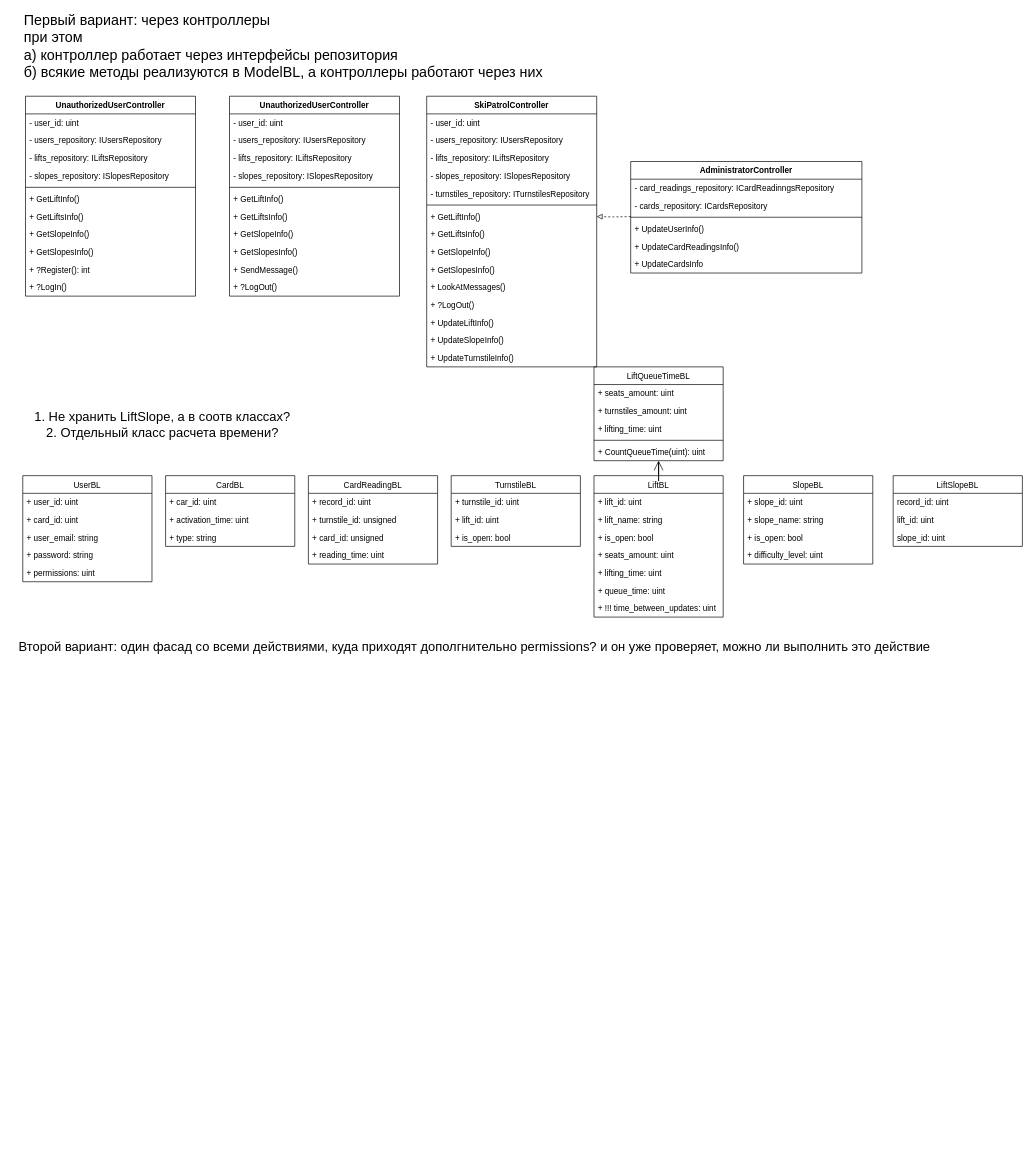
This is docs/imgs/uml/buisiness_logic1.drawio from alena-zayts/BMSTU_6sem_software_design, a draw.io file, before an edit. Source tidied: cells renumbered, new cells numbered last; positions are measured from the earlier drawing's top-left corner, leaving out a move shared by most shapes. Both pictures are drawn from the tidied source at 68%, with x=0, y=0 at pixel (12, 12).
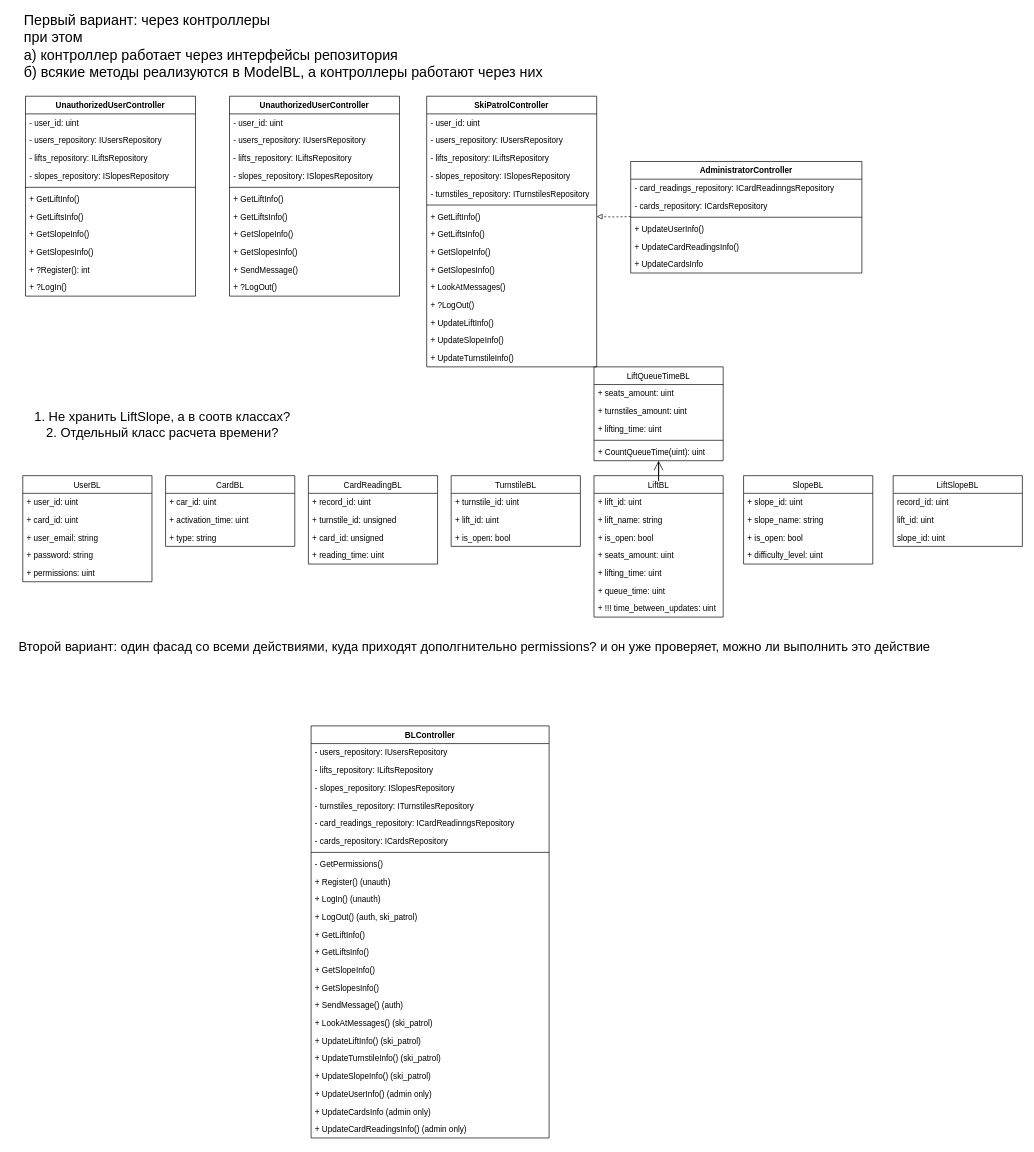
The same diagram, later.

Change to the diagram source:
```diff
@@
+    <mxCell id="96" value="BLController" style="swimlane;fontStyle=1;align=center;verticalAlign=top;horizontal=1;startSize=26;" parent="1" vertex="1">
+      <mxGeometry x="440" y="1050" width="350" height="606" as="geometry" />
+    </mxCell>
+    <mxCell id="97" value="- users_repository: IUsersRepository" style="text;strokeColor=none;fillColor=none;align=left;verticalAlign=top;spacingLeft=4;spacingRight=4;overflow=hidden;" parent="96" vertex="1">
+      <mxGeometry y="26" width="350" height="26" as="geometry" />
+    </mxCell>
+    <mxCell id="98" value="- lifts_repository: ILiftsRepository" style="text;strokeColor=none;fillColor=none;align=left;verticalAlign=top;spacingLeft=4;spacingRight=4;overflow=hidden;" parent="96" vertex="1">
+      <mxGeometry y="52" width="350" height="26" as="geometry" />
+    </mxCell>
+    <mxCell id="99" value="- slopes_repository: ISlopesRepository" style="text;strokeColor=none;fillColor=none;align=left;verticalAlign=top;spacingLeft=4;spacingRight=4;overflow=hidden;" parent="96" vertex="1">
+      <mxGeometry y="78" width="350" height="26" as="geometry" />
+    </mxCell>
+    <mxCell id="100" value="- turnstiles_repository: ITurnstilesRepository" style="text;strokeColor=none;fillColor=none;align=left;verticalAlign=top;spacingLeft=4;spacingRight=4;overflow=hidden;" parent="96" vertex="1">
+      <mxGeometry y="104" width="350" height="26" as="geometry" />
+    </mxCell>
+    <mxCell id="101" value="- card_readings_repository: ICardReadinngsRepository" style="text;strokeColor=none;fillColor=none;align=left;verticalAlign=top;spacingLeft=4;spacingRight=4;overflow=hidden;" parent="96" vertex="1">
+      <mxGeometry y="130" width="350" height="26" as="geometry" />
+    </mxCell>
+    <mxCell id="102" value="- cards_repository: ICardsRepository" style="text;strokeColor=none;fillColor=none;align=left;verticalAlign=top;spacingLeft=4;spacingRight=4;overflow=hidden;" parent="96" vertex="1">
+      <mxGeometry y="156" width="350" height="26" as="geometry" />
+    </mxCell>
+    <mxCell id="103" style="line;strokeWidth=1;fillColor=none;align=left;verticalAlign=middle;spacingTop=-1;spacingLeft=3;spacingRight=3;labelPosition=right;" parent="96" vertex="1">
+      <mxGeometry y="182" width="350" height="8" as="geometry" />
+    </mxCell>
+    <mxCell id="104" value="- GetPermissions()" style="text;strokeColor=none;fillColor=none;align=left;verticalAlign=top;spacingLeft=4;spacingRight=4;overflow=hidden;" parent="96" vertex="1">
+      <mxGeometry y="190" width="350" height="26" as="geometry" />
+    </mxCell>
+    <mxCell id="105" value="+ Register() (unauth)&#10;" style="text;strokeColor=none;fillColor=none;align=left;verticalAlign=top;spacingLeft=4;spacingRight=4;overflow=hidden;" parent="96" vertex="1">
+      <mxGeometry y="216" width="350" height="26" as="geometry" />
+    </mxCell>
+    <mxCell id="106" value="+ LogIn() (unauth)" style="text;strokeColor=none;fillColor=none;align=left;verticalAlign=top;spacingLeft=4;spacingRight=4;overflow=hidden;" parent="96" vertex="1">
+      <mxGeometry y="242" width="350" height="26" as="geometry" />
+    </mxCell>
+    <mxCell id="107" value="+ LogOut() (auth, ski_patrol)" style="text;strokeColor=none;fillColor=none;align=left;verticalAlign=top;spacingLeft=4;spacingRight=4;overflow=hidden;" parent="96" vertex="1">
+      <mxGeometry y="268" width="350" height="26" as="geometry" />
+    </mxCell>
+    <mxCell id="108" value="+ GetLiftInfo()" style="text;strokeColor=none;fillColor=none;align=left;verticalAlign=top;spacingLeft=4;spacingRight=4;overflow=hidden;" parent="96" vertex="1">
+      <mxGeometry y="294" width="350" height="26" as="geometry" />
+    </mxCell>
+    <mxCell id="109" value="+ GetLiftsInfo()" style="text;strokeColor=none;fillColor=none;align=left;verticalAlign=top;spacingLeft=4;spacingRight=4;overflow=hidden;" parent="96" vertex="1">
+      <mxGeometry y="320" width="350" height="26" as="geometry" />
+    </mxCell>
+    <mxCell id="110" value="+ GetSlopeInfo()" style="text;strokeColor=none;fillColor=none;align=left;verticalAlign=top;spacingLeft=4;spacingRight=4;overflow=hidden;" parent="96" vertex="1">
+      <mxGeometry y="346" width="350" height="26" as="geometry" />
+    </mxCell>
+    <mxCell id="111" value="+ GetSlopesInfo()" style="text;strokeColor=none;fillColor=none;align=left;verticalAlign=top;spacingLeft=4;spacingRight=4;overflow=hidden;" parent="96" vertex="1">
+      <mxGeometry y="372" width="350" height="26" as="geometry" />
+    </mxCell>
+    <mxCell id="112" value="+ SendMessage() (auth)" style="text;strokeColor=none;fillColor=none;align=left;verticalAlign=top;spacingLeft=4;spacingRight=4;overflow=hidden;" parent="96" vertex="1">
+      <mxGeometry y="398" width="350" height="26" as="geometry" />
+    </mxCell>
+    <mxCell id="113" value="+ LookAtMessages() (ski_patrol)" style="text;strokeColor=none;fillColor=none;align=left;verticalAlign=top;spacingLeft=4;spacingRight=4;overflow=hidden;" parent="96" vertex="1">
+      <mxGeometry y="424" width="350" height="26" as="geometry" />
+    </mxCell>
+    <mxCell id="114" value="+ UpdateLiftInfo() (ski_patrol)" style="text;strokeColor=none;fillColor=none;align=left;verticalAlign=top;spacingLeft=4;spacingRight=4;overflow=hidden;" parent="96" vertex="1">
+      <mxGeometry y="450" width="350" height="26" as="geometry" />
+    </mxCell>
+    <mxCell id="115" value="+ UpdateTurnstileInfo() (ski_patrol)" style="text;strokeColor=none;fillColor=none;align=left;verticalAlign=top;spacingLeft=4;spacingRight=4;overflow=hidden;" parent="96" vertex="1">
+      <mxGeometry y="476" width="350" height="26" as="geometry" />
+    </mxCell>
+    <mxCell id="116" value="+ UpdateSlopeInfo() (ski_patrol)" style="text;strokeColor=none;fillColor=none;align=left;verticalAlign=top;spacingLeft=4;spacingRight=4;overflow=hidden;" parent="96" vertex="1">
+      <mxGeometry y="502" width="350" height="26" as="geometry" />
+    </mxCell>
+    <mxCell id="117" value="+ UpdateUserInfo() (admin only)" style="text;strokeColor=none;fillColor=none;align=left;verticalAlign=top;spacingLeft=4;spacingRight=4;overflow=hidden;" parent="96" vertex="1">
+      <mxGeometry y="528" width="350" height="26" as="geometry" />
+    </mxCell>
+    <mxCell id="118" value="+ UpdateCardsInfo (admin only)" style="text;strokeColor=none;fillColor=none;align=left;verticalAlign=top;spacingLeft=4;spacingRight=4;overflow=hidden;" parent="96" vertex="1">
+      <mxGeometry y="554" width="350" height="26" as="geometry" />
+    </mxCell>
+    <mxCell id="119" value="+ UpdateCardReadingsInfo() (admin only)" style="text;strokeColor=none;fillColor=none;align=left;verticalAlign=top;spacingLeft=4;spacingRight=4;overflow=hidden;" parent="96" vertex="1">
+      <mxGeometry y="580" width="350" height="26" as="geometry" />
+    </mxCell>
```
